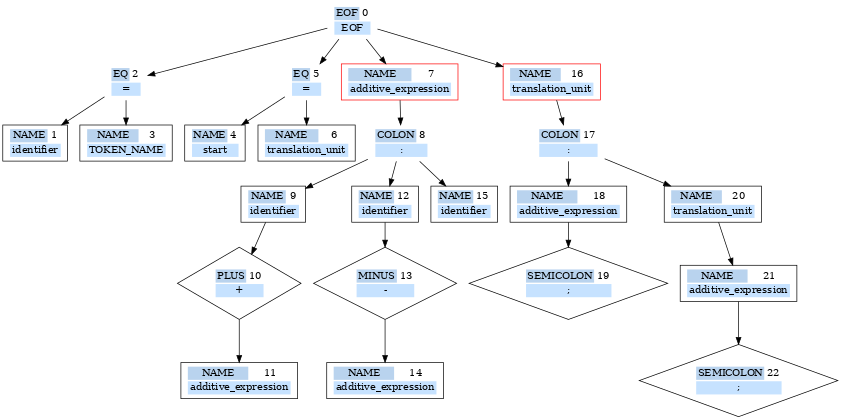
Earlier version of the Graphviz export graph.png (1mchlkrpch/Rebecca). Its source is kept beside it as graph.dot.
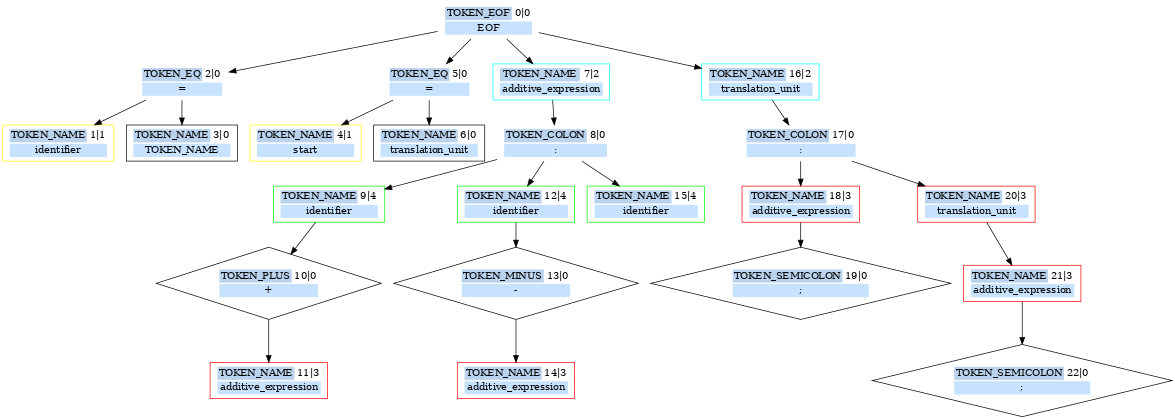
Later version of the same file.

Change to the diagram source:
```diff
@@ -2,161 +2,161 @@
 	graph [ dpi = 50 ];
 	n0 [shape=none color=black label=<
 		<table border="0">
-			<tr><td colspan="1" bgcolor="slategray2">EOF</td><td>0</td></tr>
+			<tr><td colspan="1" bgcolor="slategray2">TOKEN_EOF</td><td>0|0</td></tr>
 			<tr><td colspan="2" bgcolor="slategray1">EOF</td></tr>
 		</table>
 	>]
 
 	n2 [shape=none color=black label=<
 		<table border="0">
-			<tr><td colspan="1" bgcolor="slategray2">EQ</td><td>2</td></tr>
+			<tr><td colspan="1" bgcolor="slategray2">TOKEN_EQ</td><td>2|0</td></tr>
 			<tr><td colspan="2" bgcolor="slategray1">=</td></tr>
 		</table>
 	>]
 
-	n1 [shape=rectangle color=black label=<
+	n1 [shape=rectangle color=yellow label=<
 		<table border="0">
-			<tr><td colspan="1" bgcolor="slategray2">NAME</td><td>1</td></tr>
+			<tr><td colspan="1" bgcolor="slategray2">TOKEN_NAME</td><td>1|1</td></tr>
 			<tr><td colspan="2" bgcolor="slategray1">identifier</td></tr>
 		</table>
 	>]
 
 	n3 [shape=rectangle color=black label=<
 		<table border="0">
-			<tr><td colspan="1" bgcolor="slategray2">NAME</td><td>3</td></tr>
+			<tr><td colspan="1" bgcolor="slategray2">TOKEN_NAME</td><td>3|0</td></tr>
 			<tr><td colspan="2" bgcolor="slategray1">TOKEN_NAME</td></tr>
 		</table>
 	>]
 
 	n5 [shape=none color=black label=<
 		<table border="0">
-			<tr><td colspan="1" bgcolor="slategray2">EQ</td><td>5</td></tr>
+			<tr><td colspan="1" bgcolor="slategray2">TOKEN_EQ</td><td>5|0</td></tr>
 			<tr><td colspan="2" bgcolor="slategray1">=</td></tr>
 		</table>
 	>]
 
-	n4 [shape=rectangle color=black label=<
+	n4 [shape=rectangle color=yellow label=<
 		<table border="0">
-			<tr><td colspan="1" bgcolor="slategray2">NAME</td><td>4</td></tr>
+			<tr><td colspan="1" bgcolor="slategray2">TOKEN_NAME</td><td>4|1</td></tr>
 			<tr><td colspan="2" bgcolor="slategray1">start</td></tr>
 		</table>
 	>]
 
 	n6 [shape=rectangle color=black label=<
 		<table border="0">
-			<tr><td colspan="1" bgcolor="slategray2">NAME</td><td>6</td></tr>
+			<tr><td colspan="1" bgcolor="slategray2">TOKEN_NAME</td><td>6|0</td></tr>
 			<tr><td colspan="2" bgcolor="slategray1">translation_unit</td></tr>
 		</table>
 	>]
 
-	n7 [shape=rectangle color=red label=<
+	n7 [shape=rectangle color=cyan label=<
 		<table border="0">
-			<tr><td colspan="1" bgcolor="slategray2">NAME</td><td>7</td></tr>
+			<tr><td colspan="1" bgcolor="slategray2">TOKEN_NAME</td><td>7|2</td></tr>
 			<tr><td colspan="2" bgcolor="slategray1">additive_expression</td></tr>
 		</table>
 	>]
 
 	n8 [shape=none color=black label=<
 		<table border="0">
-			<tr><td colspan="1" bgcolor="slategray2">COLON</td><td>8</td></tr>
+			<tr><td colspan="1" bgcolor="slategray2">TOKEN_COLON</td><td>8|0</td></tr>
 			<tr><td colspan="2" bgcolor="slategray1">:</td></tr>
 		</table>
 	>]
 
-	n9 [shape=rectangle color=black label=<
+	n9 [shape=rectangle color=green label=<
 		<table border="0">
-			<tr><td colspan="1" bgcolor="slategray2">NAME</td><td>9</td></tr>
+			<tr><td colspan="1" bgcolor="slategray2">TOKEN_NAME</td><td>9|4</td></tr>
 			<tr><td colspan="2" bgcolor="slategray1">identifier</td></tr>
 		</table>
 	>]
 
 	n10 [shape=diamond color=black label=<
 		<table border="0">
-			<tr><td colspan="1" bgcolor="slategray2">PLUS</td><td>10</td></tr>
+			<tr><td colspan="1" bgcolor="slategray2">TOKEN_PLUS</td><td>10|0</td></tr>
 			<tr><td colspan="2" bgcolor="slategray1">+</td></tr>
 		</table>
 	>]
 
-	n11 [shape=rectangle color=black label=<
+	n11 [shape=rectangle color=red label=<
 		<table border="0">
-			<tr><td colspan="1" bgcolor="slategray2">NAME</td><td>11</td></tr>
+			<tr><td colspan="1" bgcolor="slategray2">TOKEN_NAME</td><td>11|3</td></tr>
 			<tr><td colspan="2" bgcolor="slategray1">additive_expression</td></tr>
 		</table>
 	>]
 
-	n12 [shape=rectangle color=black label=<
+	n12 [shape=rectangle color=green label=<
 		<table border="0">
-			<tr><td colspan="1" bgcolor="slategray2">NAME</td><td>12</td></tr>
+			<tr><td colspan="1" bgcolor="slategray2">TOKEN_NAME</td><td>12|4</td></tr>
 			<tr><td colspan="2" bgcolor="slategray1">identifier</td></tr>
 		</table>
 	>]
 
 	n13 [shape=diamond color=black label=<
 		<table border="0">
-			<tr><td colspan="1" bgcolor="slategray2">MINUS</td><td>13</td></tr>
+			<tr><td colspan="1" bgcolor="slategray2">TOKEN_MINUS</td><td>13|0</td></tr>
 			<tr><td colspan="2" bgcolor="slategray1">-</td></tr>
 		</table>
 	>]
 
-	n14 [shape=rectangle color=black label=<
+	n14 [shape=rectangle color=red label=<
 		<table border="0">
-			<tr><td colspan="1" bgcolor="slategray2">NAME</td><td>14</td></tr>
+			<tr><td colspan="1" bgcolor="slategray2">TOKEN_NAME</td><td>14|3</td></tr>
 			<tr><td colspan="2" bgcolor="slategray1">additive_expression</td></tr>
 		</table>
 	>]
 
-	n15 [shape=rectangle color=black label=<
+	n15 [shape=rectangle color=green label=<
 		<table border="0">
-			<tr><td colspan="1" bgcolor="slategray2">NAME</td><td>15</td></tr>
+			<tr><td colspan="1" bgcolor="slategray2">TOKEN_NAME</td><td>15|4</td></tr>
 			<tr><td colspan="2" bgcolor="slategray1">identifier</td></tr>
 		</table>
 	>]
 
-	n16 [shape=rectangle color=red label=<
+	n16 [shape=rectangle color=cyan label=<
 		<table border="0">
-			<tr><td colspan="1" bgcolor="slategray2">NAME</td><td>16</td></tr>
+			<tr><td colspan="1" bgcolor="slategray2">TOKEN_NAME</td><td>16|2</td></tr>
 			<tr><td colspan="2" bgcolor="slategray1">translation_unit</td></tr>
 		</table>
 	>]
 
 	n17 [shape=none color=black label=<
 		<table border="0">
-			<tr><td colspan="1" bgcolor="slategray2">COLON</td><td>17</td></tr>
+			<tr><td colspan="1" bgcolor="slategray2">TOKEN_COLON</td><td>17|0</td></tr>
 			<tr><td colspan="2" bgcolor="slategray1">:</td></tr>
 		</table>
 	>]
 
-	n18 [shape=rectangle color=black label=<
+	n18 [shape=rectangle color=red label=<
 		<table border="0">
-			<tr><td colspan="1" bgcolor="slategray2">NAME</td><td>18</td></tr>
+			<tr><td colspan="1" bgcolor="slategray2">TOKEN_NAME</td><td>18|3</td></tr>
 			<tr><td colspan="2" bgcolor="slategray1">additive_expression</td></tr>
 		</table>
 	>]
 
 	n19 [shape=diamond color=black label=<
 		<table border="0">
-			<tr><td colspan="1" bgcolor="slategray2">SEMICOLON</td><td>19</td></tr>
+			<tr><td colspan="1" bgcolor="slategray2">TOKEN_SEMICOLON</td><td>19|0</td></tr>
 			<tr><td colspan="2" bgcolor="slategray1">;</td></tr>
 		</table>
 	>]
 
-	n20 [shape=rectangle color=black label=<
+	n20 [shape=rectangle color=red label=<
 		<table border="0">
-			<tr><td colspan="1" bgcolor="slategray2">NAME</td><td>20</td></tr>
+			<tr><td colspan="1" bgcolor="slategray2">TOKEN_NAME</td><td>20|3</td></tr>
 			<tr><td colspan="2" bgcolor="slategray1">translation_unit</td></tr>
 		</table>
 	>]
 
-	n21 [shape=rectangle color=black label=<
+	n21 [shape=rectangle color=red label=<
 		<table border="0">
-			<tr><td colspan="1" bgcolor="slategray2">NAME</td><td>21</td></tr>
+			<tr><td colspan="1" bgcolor="slategray2">TOKEN_NAME</td><td>21|3</td></tr>
 			<tr><td colspan="2" bgcolor="slategray1">additive_expression</td></tr>
 		</table>
 	>]
 
 	n22 [shape=diamond color=black label=<
 		<table border="0">
-			<tr><td colspan="1" bgcolor="slategray2">SEMICOLON</td><td>22</td></tr>
+			<tr><td colspan="1" bgcolor="slategray2">TOKEN_SEMICOLON</td><td>22|0</td></tr>
 			<tr><td colspan="2" bgcolor="slategray1">;</td></tr>
 		</table>
 	>]
```
